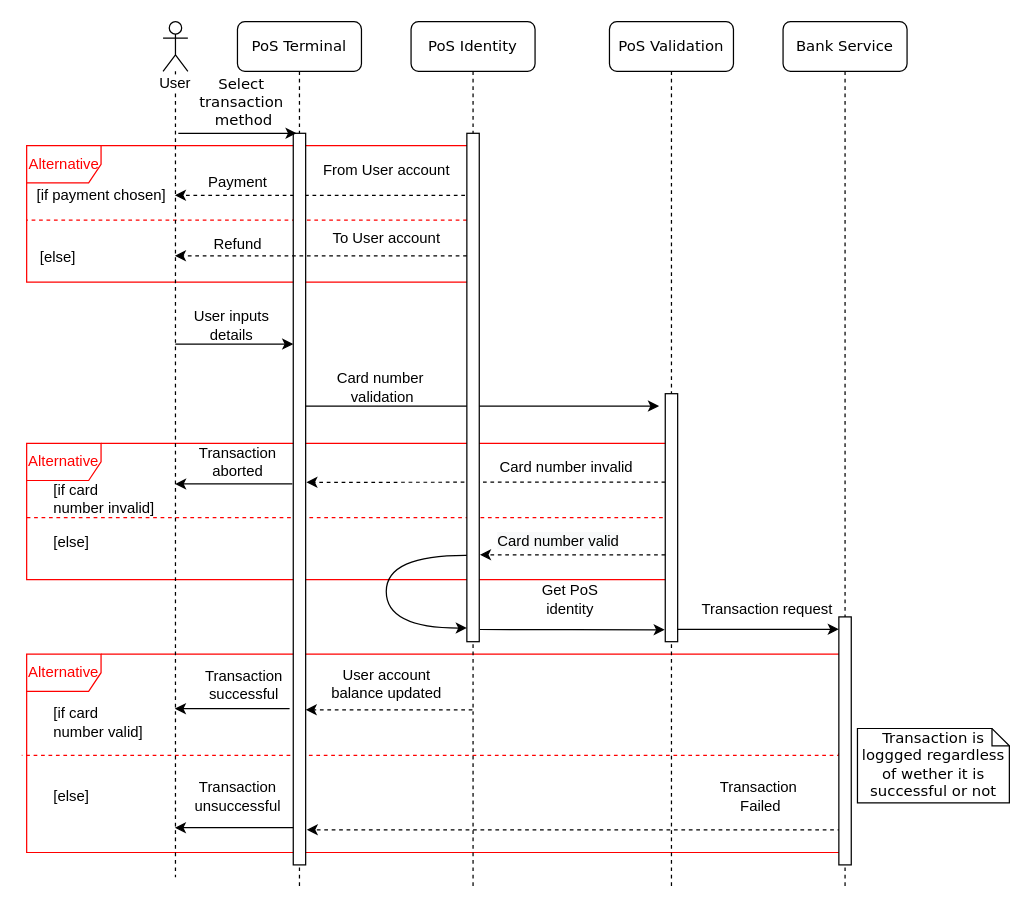
The draw.io diagram docs/UMLDiagrams/SequenceDiagram.drawio in TomStrong/Com528-Assessment, before the edit. Source tidied: cells renumbered, new cells numbered last; positions are measured from the earlier drawing's top-left corner, leaving out a move shared by most shapes. Both pictures are drawn from the tidied source at 124%, with x=0, y=0 at pixel (26, 21).
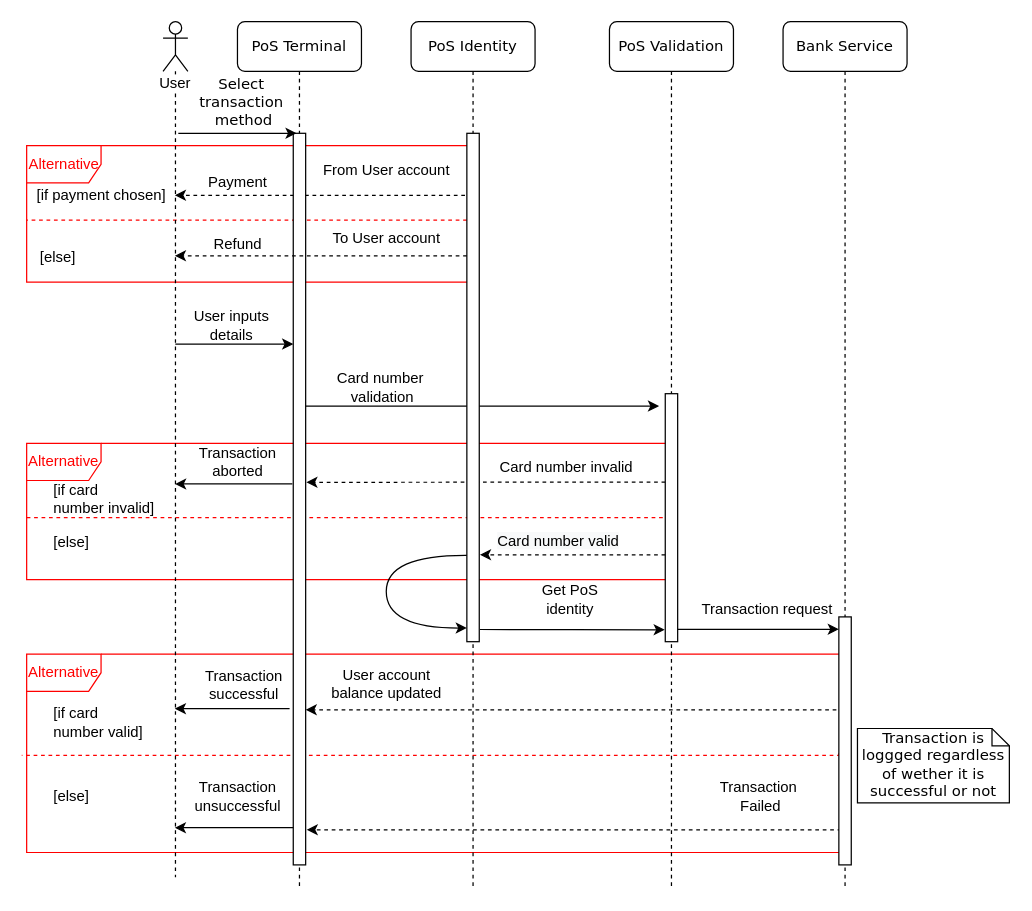
The same diagram, later.

Commit message (it also covers changes not shown here):
updated sequence diagram

The change refers to these unchanged cells:
```xml
<mxCell id="21" style="html=1;points=[];perimeter=orthogonalPerimeter;rounded=0;shadow=0;comic=0;labelBackgroundColor=none;strokeWidth=1;fontFamily=Verdana;fontSize=12;align=center;" parent="16" vertex="1">
  <mxGeometry x="45" y="90" width="10" height="590" as="geometry" />
</mxCell>
<mxCell id="29" value="PoS Identity" style="shape=umlLifeline;perimeter=lifelinePerimeter;whiteSpace=wrap;html=1;outlineConnect=0;rounded=1;shadow=0;comic=0;labelBackgroundColor=none;strokeWidth=1;fontFamily=Verdana;fontSize=12;align=center;" parent="1" vertex="1">
  <mxGeometry x="310" width="100" height="700" as="geometry" />
</mxCell>
<mxCell id="40" style="html=1;points=[];perimeter=orthogonalPerimeter;rounded=0;shadow=0;comic=0;labelBackgroundColor=none;strokeWidth=1;fontFamily=Verdana;fontSize=12;align=center;" parent="1" vertex="1">
  <mxGeometry x="655" y="480" width="10" height="200" as="geometry" />
</mxCell>
```

The edit, as a diff of the source:
```diff
@@
-    <mxCell id="28" style="edgeStyle=orthogonalEdgeStyle;rounded=0;jettySize=auto;html=1;entryX=1;entryY=0.788;entryDx=0;entryDy=0;entryPerimeter=0;startArrow=none;startFill=0;endArrow=classic;endFill=1;dashed=1;" parent="1" edge="1" source="29" target="21">
-      <mxGeometry relative="1" as="geometry">
-        <Array as="points">
-          <mxPoint x="290" y="555" />
-          <mxPoint x="290" y="555" />
-        </Array>
-      </mxGeometry>
+    <mxCell id="28" style="edgeStyle=orthogonalEdgeStyle;rounded=0;jettySize=auto;html=1;entryX=1;entryY=0.788;entryDx=0;entryDy=0;entryPerimeter=0;startArrow=none;startFill=0;endArrow=classic;endFill=1;dashed=1;exitX=-0.2;exitY=0.375;exitDx=0;exitDy=0;exitPerimeter=0;" parent="1" edge="1" source="40" target="21">
+      <mxGeometry relative="1" as="geometry" />
     </mxCell>
```
